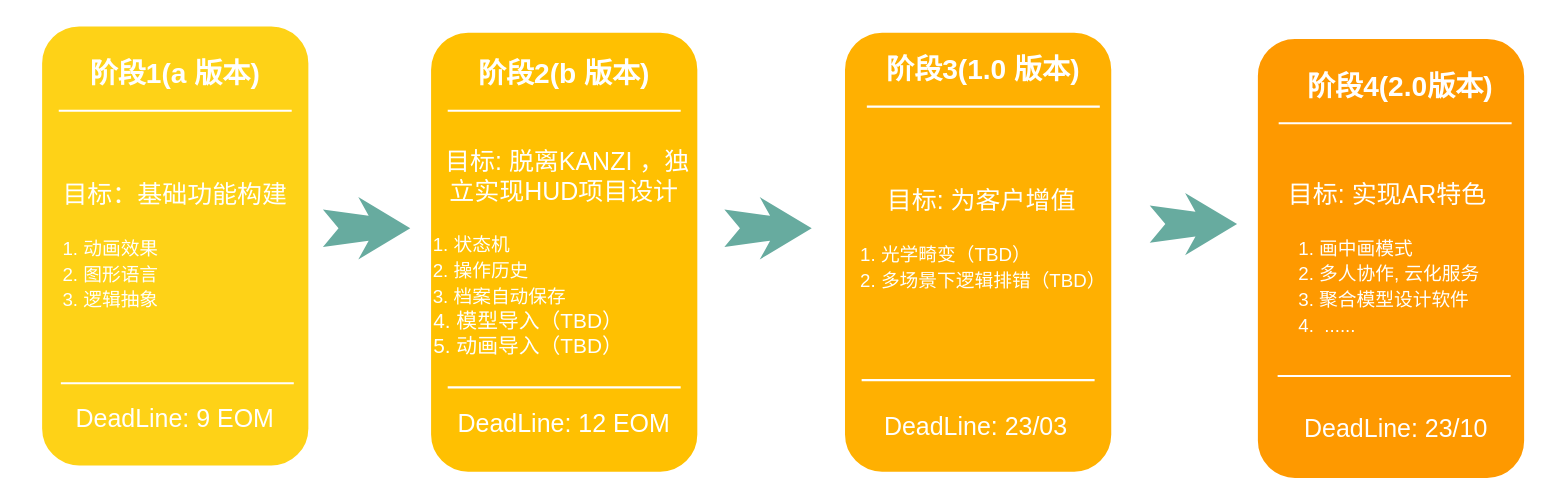
The draw.io diagram 版本规划.drawio in Evan2698/WorkFlowItem, before the edit. Source tidied: cells renumbered, new cells numbered last; positions are measured from the earlier drawing's top-left corner, leaving out a move shared by most shapes. Both pictures are drawn from the tidied source at 104%, with x=0, y=0 at pixel (37, 22).
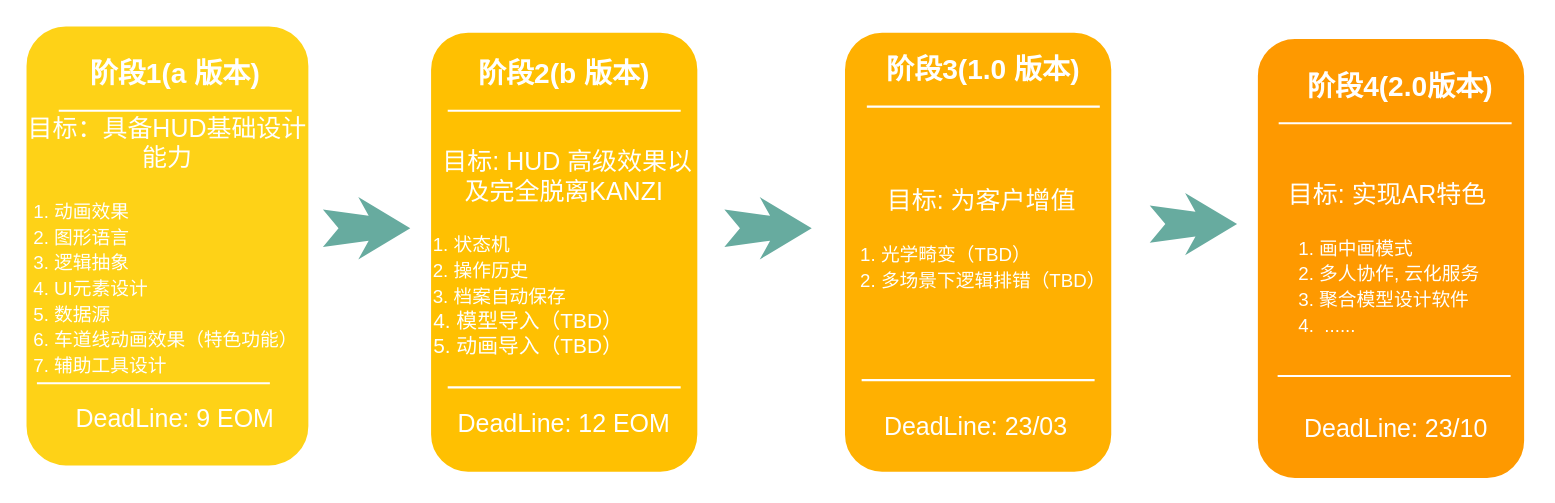
After the change.

Commit message:
更新版本规划.drawio

Diff of the diagram source:
```diff
@@
-    <mxCell id="2" value="&lt;font color=&quot;#ffffff&quot; style=&quot;&quot;&gt;&lt;span style=&quot;font-size: 24px;&quot;&gt;目标：基础功能构建&lt;br&gt;&lt;/span&gt;&lt;br&gt;&lt;div style=&quot;text-align: left;&quot;&gt;&lt;span style=&quot;background-color: initial;&quot;&gt;&lt;font style=&quot;font-size: 18px;&quot;&gt;1. 动画效果&lt;/font&gt;&lt;/span&gt;&lt;/div&gt;&lt;div style=&quot;text-align: left;&quot;&gt;&lt;span style=&quot;background-color: initial;&quot;&gt;&lt;font style=&quot;font-size: 18px;&quot;&gt;2. 图形语言&lt;/font&gt;&lt;/span&gt;&lt;/div&gt;&lt;div style=&quot;text-align: left;&quot;&gt;&lt;span style=&quot;background-color: initial;&quot;&gt;&lt;font style=&quot;font-size: 18px;&quot;&gt;3. 逻辑抽象&lt;/font&gt;&lt;/span&gt;&lt;/div&gt;&lt;/font&gt;" style="whiteSpace=wrap;html=1;rounded=1;shadow=0;strokeWidth=8;fontSize=20;align=center;fillColor=#FED217;strokeColor=#FFFFFF;" parent="1" vertex="1">
-      <mxGeometry width="264" height="430" as="geometry" />
+    <mxCell id="2" value="&lt;font color=&quot;#ffffff&quot; style=&quot;&quot;&gt;&lt;span style=&quot;font-size: 24px;&quot;&gt;目标：具备HUD基础设计能力&lt;br&gt;&lt;/span&gt;&lt;br&gt;&lt;div style=&quot;text-align: left;&quot;&gt;&lt;span style=&quot;font-size: 18px; background-color: initial;&quot;&gt;&amp;nbsp; 1. 动画效果&lt;/span&gt;&lt;br&gt;&lt;/div&gt;&lt;div style=&quot;text-align: left;&quot;&gt;&lt;span style=&quot;background-color: initial;&quot;&gt;&lt;font style=&quot;font-size: 18px;&quot;&gt;&amp;nbsp; 2. 图形语言&lt;/font&gt;&lt;/span&gt;&lt;/div&gt;&lt;div style=&quot;text-align: left;&quot;&gt;&lt;span style=&quot;background-color: initial;&quot;&gt;&lt;font style=&quot;font-size: 18px;&quot;&gt;&amp;nbsp; 3. 逻辑抽象&lt;/font&gt;&lt;/span&gt;&lt;/div&gt;&lt;div style=&quot;text-align: left;&quot;&gt;&lt;span style=&quot;background-color: initial;&quot;&gt;&lt;font style=&quot;font-size: 18px;&quot;&gt;&amp;nbsp; 4. UI元素设计&lt;/font&gt;&lt;/span&gt;&lt;/div&gt;&lt;div style=&quot;text-align: left;&quot;&gt;&lt;span style=&quot;background-color: initial;&quot;&gt;&lt;font style=&quot;font-size: 18px;&quot;&gt;&amp;nbsp; 5. 数据源&lt;/font&gt;&lt;/span&gt;&lt;/div&gt;&lt;div style=&quot;text-align: left;&quot;&gt;&lt;span style=&quot;background-color: initial;&quot;&gt;&lt;font style=&quot;font-size: 18px;&quot;&gt;&amp;nbsp; 6. 车道线动画效果（特色功能）&lt;/font&gt;&lt;/span&gt;&lt;/div&gt;&lt;div style=&quot;text-align: left;&quot;&gt;&lt;span style=&quot;background-color: initial;&quot;&gt;&lt;font style=&quot;font-size: 18px;&quot;&gt;&amp;nbsp; 7. 辅助工具设计&lt;/font&gt;&lt;/span&gt;&lt;/div&gt;&lt;/font&gt;" style="whiteSpace=wrap;html=1;rounded=1;shadow=0;strokeWidth=8;fontSize=20;align=center;fillColor=#FED217;strokeColor=#FFFFFF;" parent="1" vertex="1">
+      <mxGeometry x="-15" width="279" height="430" as="geometry" />
     </mxCell>
@@
     <mxCell id="6" style="line;strokeWidth=2;html=1;rounded=0;shadow=0;fontSize=27;align=center;fillColor=none;strokeColor=#FFFFFF;" parent="1" vertex="1">
-      <mxGeometry x="22" y="342" width="224" height="10" as="geometry" />
+      <mxGeometry x="-1" y="342" width="224" height="10" as="geometry" />
     </mxCell>
@@
-    <mxCell id="8" value="&lt;font color=&quot;#ffffff&quot; style=&quot;&quot;&gt;&lt;span style=&quot;font-size: 24px;&quot;&gt;&amp;nbsp;目标: 脱离KANZI ，独立实现HUD项目设计&lt;br&gt;&lt;/span&gt;&lt;br&gt;&lt;div style=&quot;text-align: left;&quot;&gt;&lt;span style=&quot;font-size: 18px; background-color: initial;&quot;&gt;&amp;nbsp;1. 状态机&lt;/span&gt;&lt;/div&gt;&lt;div style=&quot;text-align: left;&quot;&gt;&lt;span style=&quot;font-size: 18px; background-color: initial;&quot;&gt;&amp;nbsp;2. 操作历史&lt;/span&gt;&lt;/div&gt;&lt;div style=&quot;text-align: left;&quot;&gt;&lt;span style=&quot;font-size: 18px; background-color: initial;&quot;&gt;&amp;nbsp;3. 档案自动保存&lt;/span&gt;&lt;/div&gt;&lt;div style=&quot;text-align: left;&quot;&gt;&amp;nbsp;4. 模型导入（TBD）&lt;/div&gt;&lt;div style=&quot;text-align: left;&quot;&gt;&amp;nbsp;5. 动画导入（TBD）&amp;nbsp;&lt;/div&gt;&lt;/font&gt;" style="whiteSpace=wrap;html=1;rounded=1;shadow=0;strokeWidth=8;fontSize=20;align=center;fillColor=#FFC001;strokeColor=#FFFFFF;" parent="1" vertex="1">
+    <mxCell id="8" value="&lt;font color=&quot;#ffffff&quot; style=&quot;&quot;&gt;&lt;span style=&quot;font-size: 24px;&quot;&gt;&amp;nbsp;目标: HUD 高级效果以及完全脱离KANZI&lt;br&gt;&lt;/span&gt;&lt;br&gt;&lt;div style=&quot;text-align: left;&quot;&gt;&lt;span style=&quot;font-size: 18px; background-color: initial;&quot;&gt;&amp;nbsp;1. 状态机&lt;/span&gt;&lt;/div&gt;&lt;div style=&quot;text-align: left;&quot;&gt;&lt;span style=&quot;font-size: 18px; background-color: initial;&quot;&gt;&amp;nbsp;2. 操作历史&lt;/span&gt;&lt;/div&gt;&lt;div style=&quot;text-align: left;&quot;&gt;&lt;span style=&quot;font-size: 18px; background-color: initial;&quot;&gt;&amp;nbsp;3. 档案自动保存&lt;/span&gt;&lt;/div&gt;&lt;div style=&quot;text-align: left;&quot;&gt;&amp;nbsp;4. 模型导入（TBD）&lt;/div&gt;&lt;div style=&quot;text-align: left;&quot;&gt;&amp;nbsp;5. 动画导入（TBD）&amp;nbsp;&lt;/div&gt;&lt;/font&gt;" style="whiteSpace=wrap;html=1;rounded=1;shadow=0;strokeWidth=8;fontSize=20;align=center;fillColor=#FFC001;strokeColor=#FFFFFF;" parent="1" vertex="1">
       <mxGeometry x="374" y="6" width="264" height="430" as="geometry" />
     </mxCell>
```
